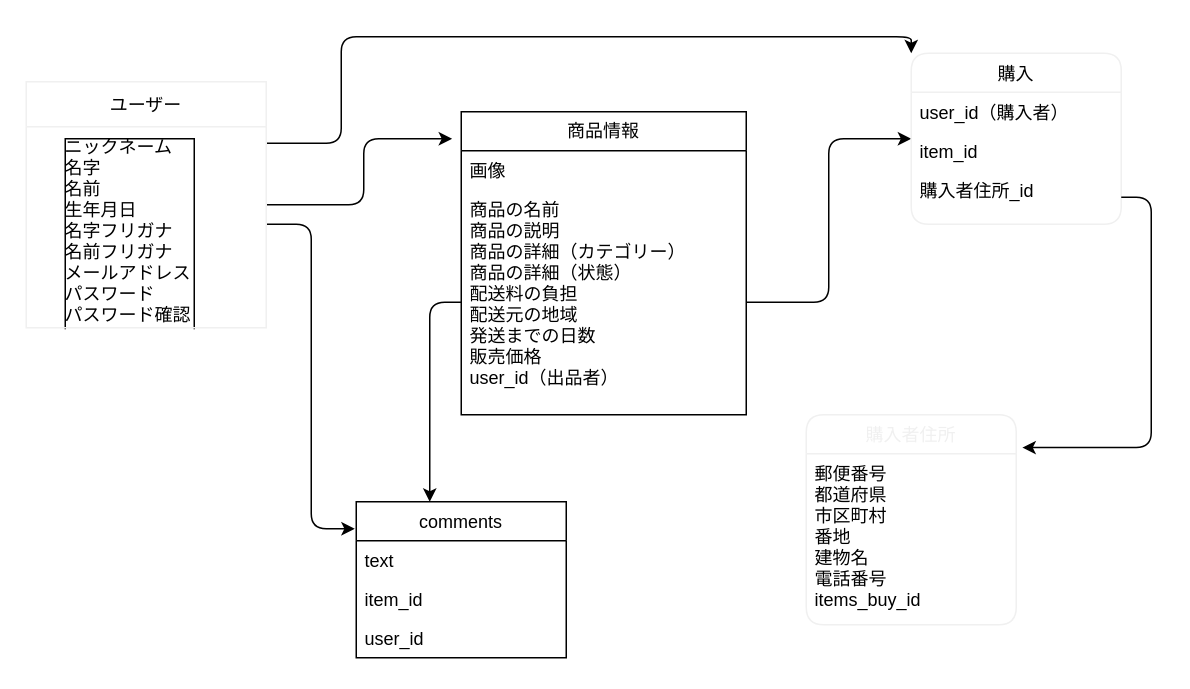
This is er.dio from ketesuta/furima-31716, a draw.io file, before an edit. Source tidied: cells renumbered, new cells numbered last; positions are measured from the earlier drawing's top-left corner, leaving out a move shared by most shapes. Both pictures are drawn from the tidied source at 150%, with x=0, y=0 at pixel (26, 36).
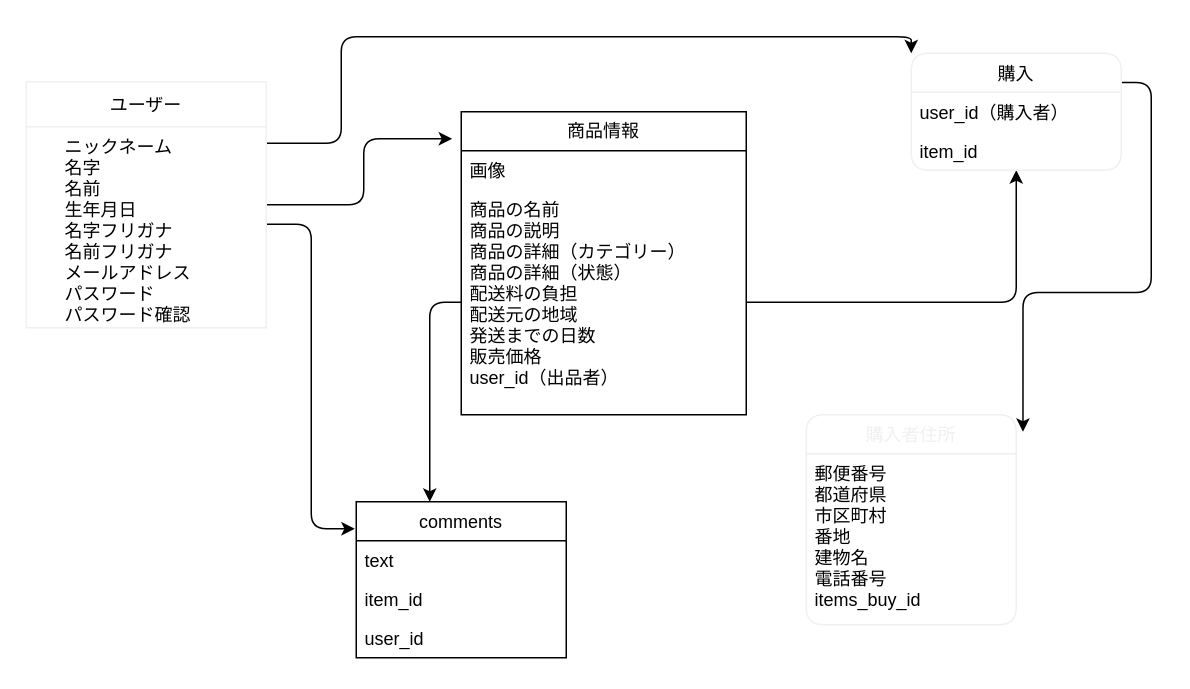
After the change.

The change refers to these unchanged cells:
```xml
<mxCell id="21" value="購入者住所" style="swimlane;fontStyle=0;horizontal=1;startSize=26;fillColor=none;rounded=1;labelBackgroundColor=none;sketch=0;strokeColor=#F0F0F0;fontColor=#f0f0f0;" parent="1" vertex="1">
  <mxGeometry x="520" y="252" width="140" height="140" as="geometry" />
</mxCell>
<mxCell id="22" value="郵便番号&#10;都道府県&#10;市区町村&#10;番地&#10;建物名&#10;電話番号&#10;items_buy_id" style="text;strokeColor=none;fillColor=none;align=left;verticalAlign=top;spacingLeft=4;spacingRight=4;overflow=hidden;points=[[0,0.5],[1,0.5]];portConstraint=eastwest;" parent="21" vertex="1">
  <mxGeometry y="26" width="140" height="114" as="geometry" />
</mxCell>
```

What changed in the source:
```diff
@@
-    <mxCell id="3" value="ニックネーム&#10;名字&#10;名前&#10;生年月日&#10;名字フリガナ&#10;名前フリガナ&#10;メールアドレス&#10;パスワード&#10;パスワード確認&#10;" style="text;strokeColor=none;fillColor=none;align=left;verticalAlign=top;spacingLeft=4;spacingRight=4;overflow=hidden;points=[[0,0.5],[1,0.5]];portConstraint=eastwest;labelBorderColor=#000000;rounded=1;" parent="1" vertex="1">
+    <mxCell id="3" value="ニックネーム&#10;名字&#10;名前&#10;生年月日&#10;名字フリガナ&#10;名前フリガナ&#10;メールアドレス&#10;パスワード&#10;パスワード確認&#10;" style="text;strokeColor=none;fillColor=none;align=left;verticalAlign=top;spacingLeft=4;spacingRight=4;overflow=hidden;points=[[0,0.5],[1,0.5]];portConstraint=eastwest;labelBorderColor=none;rounded=1;" parent="1" vertex="1">
       <mxGeometry x="20" y="60" width="140" height="130" as="geometry" />
     </mxCell>
@@
+    <mxCell id="23" style="edgeStyle=orthogonalEdgeStyle;curved=0;rounded=1;sketch=0;jettySize=auto;html=1;exitX=1;exitY=0.25;exitDx=0;exitDy=0;entryX=1.032;entryY=0.081;entryDx=0;entryDy=0;entryPerimeter=0;fontColor=#f0f0f0;" parent="1" edge="1" source="9" target="21">
+      <mxGeometry relative="1" as="geometry" />
+    </mxCell>
     <mxCell id="9" value="購入" style="swimlane;fontStyle=0;horizontal=1;startSize=26;fillColor=none;rounded=1;sketch=0;strokeColor=#F0F0F0;" parent="1" vertex="1">
-      <mxGeometry x="590" y="11" width="140" height="114" as="geometry" />
+      <mxGeometry x="590" y="11" width="140" height="78" as="geometry" />
     </mxCell>
@@
-    <mxCell id="12" value="購入者住所_id" style="text;strokeColor=none;fillColor=none;align=left;verticalAlign=top;spacingLeft=4;spacingRight=4;overflow=hidden;points=[[0,0.5],[1,0.5]];portConstraint=eastwest;" parent="9" vertex="1">
-      <mxGeometry y="78" width="140" height="36" as="geometry" />
-    </mxCell>
-    <mxCell id="13" style="edgeStyle=orthogonalEdgeStyle;curved=0;rounded=1;sketch=0;jettySize=auto;html=1;exitX=1;exitY=0.5;exitDx=0;exitDy=0;entryX=1.029;entryY=-0.036;entryDx=0;entryDy=0;entryPerimeter=0;fontColor=#f0f0f0;" parent="1" edge="1" source="12" target="22">
-      <mxGeometry relative="1" as="geometry" />
-    </mxCell>
```
